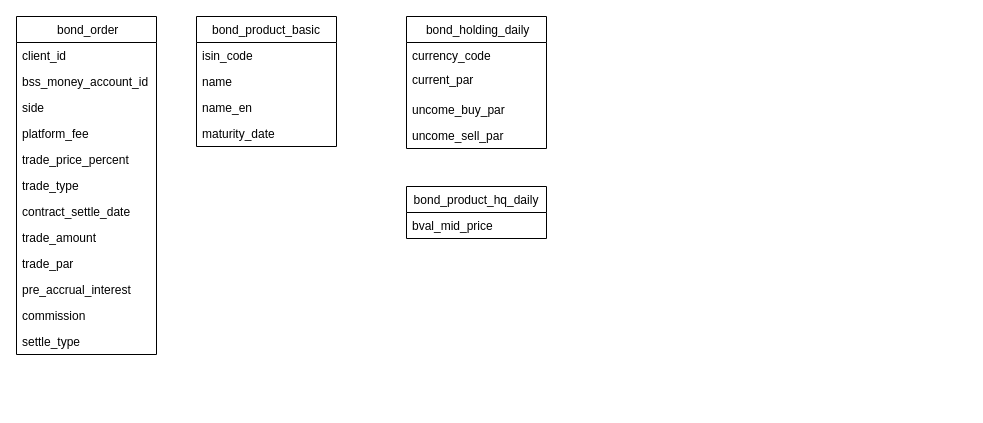
Before: statement.drawio in mhygge/java-learning, a draw.io diagram. Source tidied: cells renumbered, new cells numbered last; positions are measured from the earlier drawing's top-left corner, leaving out a move shared by most shapes. Both pictures are drawn from the tidied source at 100%, with x=0, y=0 at pixel (16, 16).
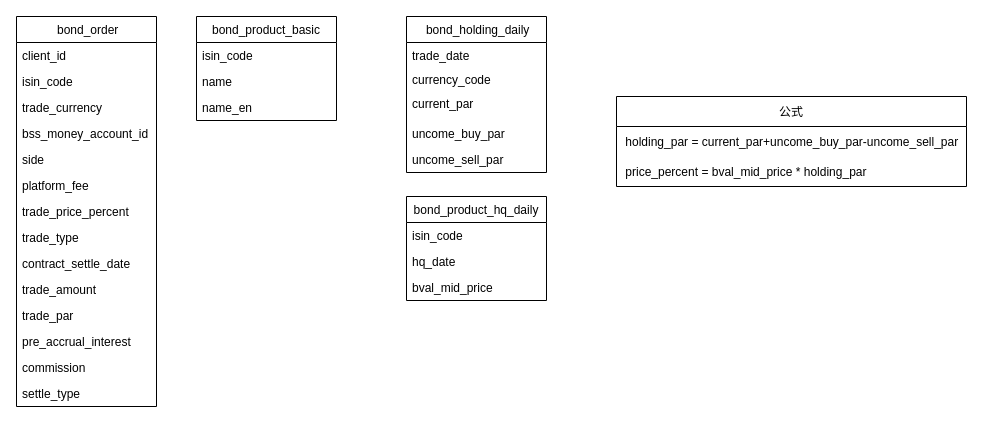
The same diagram, later.

What changed in the source:
```diff
@@
     <mxCell id="2" value=" bond_order" style="swimlane;fontStyle=0;horizontal=1;startSize=26;fillColor=none;" parent="1" vertex="1">
-      <mxGeometry width="140" height="338" as="geometry" />
+      <mxGeometry width="140" height="390" as="geometry" />
     </mxCell>
@@
+    <mxCell id="27" value="isin_code" style="text;strokeColor=none;fillColor=none;align=left;verticalAlign=top;spacingLeft=4;spacingRight=4;overflow=hidden;" parent="2" vertex="1">
+      <mxGeometry y="52" width="140" height="26" as="geometry" />
+    </mxCell>
+    <mxCell id="28" value="trade_currency&#10;" style="text;strokeColor=none;fillColor=none;align=left;verticalAlign=top;spacingLeft=4;spacingRight=4;overflow=hidden;" parent="2" vertex="1">
+      <mxGeometry y="78" width="140" height="26" as="geometry" />
+    </mxCell>
     <mxCell id="4" value="bss_money_account_id" style="text;strokeColor=none;fillColor=none;align=left;verticalAlign=top;spacingLeft=4;spacingRight=4;overflow=hidden;" parent="2" vertex="1">
-      <mxGeometry y="52" width="140" height="26" as="geometry" />
+      <mxGeometry y="104" width="140" height="26" as="geometry" />
     </mxCell>
     <mxCell id="5" value="side" style="text;strokeColor=none;fillColor=none;align=left;verticalAlign=top;spacingLeft=4;spacingRight=4;overflow=hidden;" parent="2" vertex="1">
-      <mxGeometry y="78" width="140" height="26" as="geometry" />
+      <mxGeometry y="130" width="140" height="26" as="geometry" />
     </mxCell>
     <mxCell id="6" value="platform_fee" style="text;strokeColor=none;fillColor=none;align=left;verticalAlign=top;spacingLeft=4;spacingRight=4;overflow=hidden;" parent="2" vertex="1">
-      <mxGeometry y="104" width="140" height="26" as="geometry" />
+      <mxGeometry y="156" width="140" height="26" as="geometry" />
     </mxCell>
     <mxCell id="7" value="trade_price_percent" style="text;strokeColor=none;fillColor=none;align=left;verticalAlign=top;spacingLeft=4;spacingRight=4;overflow=hidden;" parent="2" vertex="1">
-      <mxGeometry y="130" width="140" height="26" as="geometry" />
+      <mxGeometry y="182" width="140" height="26" as="geometry" />
     </mxCell>
     <mxCell id="8" value="trade_type" style="text;strokeColor=none;fillColor=none;align=left;verticalAlign=top;spacingLeft=4;spacingRight=4;overflow=hidden;" parent="2" vertex="1">
-      <mxGeometry y="156" width="140" height="26" as="geometry" />
+      <mxGeometry y="208" width="140" height="26" as="geometry" />
     </mxCell>
     <mxCell id="9" value="contract_settle_date" style="text;strokeColor=none;fillColor=none;align=left;verticalAlign=top;spacingLeft=4;spacingRight=4;overflow=hidden;" parent="2" vertex="1">
-      <mxGeometry y="182" width="140" height="26" as="geometry" />
+      <mxGeometry y="234" width="140" height="26" as="geometry" />
     </mxCell>
     <mxCell id="10" value="trade_amount" style="text;strokeColor=none;fillColor=none;align=left;verticalAlign=top;spacingLeft=4;spacingRight=4;overflow=hidden;" parent="2" vertex="1">
-      <mxGeometry y="208" width="140" height="26" as="geometry" />
+      <mxGeometry y="260" width="140" height="26" as="geometry" />
     </mxCell>
     <mxCell id="11" value="trade_par" style="text;strokeColor=none;fillColor=none;align=left;verticalAlign=top;spacingLeft=4;spacingRight=4;overflow=hidden;" parent="2" vertex="1">
-      <mxGeometry y="234" width="140" height="26" as="geometry" />
+      <mxGeometry y="286" width="140" height="26" as="geometry" />
     </mxCell>
     <mxCell id="12" value="pre_accrual_interest" style="text;strokeColor=none;fillColor=none;align=left;verticalAlign=top;spacingLeft=4;spacingRight=4;overflow=hidden;" parent="2" vertex="1">
-      <mxGeometry y="260" width="140" height="26" as="geometry" />
+      <mxGeometry y="312" width="140" height="26" as="geometry" />
     </mxCell>
     <mxCell id="13" value="commission" style="text;strokeColor=none;fillColor=none;align=left;verticalAlign=top;spacingLeft=4;spacingRight=4;overflow=hidden;" parent="2" vertex="1">
-      <mxGeometry y="286" width="140" height="26" as="geometry" />
+      <mxGeometry y="338" width="140" height="26" as="geometry" />
     </mxCell>
     <mxCell id="14" value="settle_type" style="text;strokeColor=none;fillColor=none;align=left;verticalAlign=top;spacingLeft=4;spacingRight=4;overflow=hidden;" parent="2" vertex="1">
-      <mxGeometry y="312" width="140" height="26" as="geometry" />
+      <mxGeometry y="364" width="140" height="26" as="geometry" />
     </mxCell>
     <mxCell id="15" value="bond_product_basic" style="swimlane;fontStyle=0;horizontal=1;startSize=26;fillColor=none;" parent="1" vertex="1">
-      <mxGeometry x="180" width="140" height="130" as="geometry" />
+      <mxGeometry x="180" width="140" height="104" as="geometry" />
     </mxCell>
@@
-    <mxCell id="19" value="maturity_date" style="text;strokeColor=none;fillColor=none;align=left;verticalAlign=top;spacingLeft=4;spacingRight=4;overflow=hidden;" parent="15" vertex="1">
-      <mxGeometry y="104" width="140" height="26" as="geometry" />
-    </mxCell>
     <mxCell id="20" value="bond_product_hq_daily" style="swimlane;fontStyle=0;horizontal=1;startSize=26;fillColor=none;" parent="1" vertex="1">
-      <mxGeometry x="390" y="170" width="140" height="52" as="geometry" />
+      <mxGeometry x="390" y="180" width="140" height="104" as="geometry" />
     </mxCell>
-    <mxCell id="21" value="bval_mid_price" style="text;strokeColor=none;fillColor=none;align=left;verticalAlign=top;spacingLeft=4;spacingRight=4;overflow=hidden;" parent="20" vertex="1">
+    <mxCell id="21" value="isin_code" style="text;strokeColor=none;fillColor=none;align=left;verticalAlign=top;spacingLeft=4;spacingRight=4;overflow=hidden;" parent="20" vertex="1">
       <mxGeometry y="26" width="140" height="26" as="geometry" />
     </mxCell>
+    <mxCell id="29" value="hq_date" style="text;strokeColor=none;fillColor=none;align=left;verticalAlign=top;spacingLeft=4;spacingRight=4;overflow=hidden;" parent="20" vertex="1">
+      <mxGeometry y="52" width="140" height="26" as="geometry" />
+    </mxCell>
+    <mxCell id="30" value="bval_mid_price" style="text;strokeColor=none;fillColor=none;align=left;verticalAlign=top;spacingLeft=4;spacingRight=4;overflow=hidden;" parent="20" vertex="1">
+      <mxGeometry y="78" width="140" height="26" as="geometry" />
+    </mxCell>
     <mxCell id="22" value=" bond_holding_daily" style="swimlane;fontStyle=0;horizontal=1;startSize=26;fillColor=none;" parent="1" vertex="1">
-      <mxGeometry x="390" width="140" height="132" as="geometry" />
+      <mxGeometry x="390" width="140" height="156" as="geometry" />
     </mxCell>
-    <mxCell id="23" value="currency_code" style="text;strokeColor=none;fillColor=none;align=left;verticalAlign=top;spacingLeft=4;spacingRight=4;overflow=hidden;" parent="22" vertex="1">
+    <mxCell id="23" value="trade_date" style="text;strokeColor=none;fillColor=none;align=left;verticalAlign=top;spacingLeft=4;spacingRight=4;overflow=hidden;" parent="22" vertex="1">
       <mxGeometry y="26" width="140" height="24" as="geometry" />
     </mxCell>
+    <mxCell id="31" value="currency_code" style="text;strokeColor=none;fillColor=none;align=left;verticalAlign=top;spacingLeft=4;spacingRight=4;overflow=hidden;" parent="22" vertex="1">
+      <mxGeometry y="50" width="140" height="24" as="geometry" />
+    </mxCell>
     <mxCell id="24" value="current_par" style="text;strokeColor=none;fillColor=none;align=left;verticalAlign=top;spacingLeft=4;spacingRight=4;overflow=hidden;" parent="22" vertex="1">
-      <mxGeometry y="50" width="140" height="30" as="geometry" />
+      <mxGeometry y="74" width="140" height="30" as="geometry" />
     </mxCell>
     <mxCell id="25" value="uncome_buy_par" style="text;strokeColor=none;fillColor=none;align=left;verticalAlign=top;spacingLeft=4;spacingRight=4;overflow=hidden;" parent="22" vertex="1">
-      <mxGeometry y="80" width="140" height="26" as="geometry" />
+      <mxGeometry y="104" width="140" height="26" as="geometry" />
     </mxCell>
     <mxCell id="26" value="uncome_sell_par" style="text;strokeColor=none;fillColor=none;align=left;verticalAlign=top;spacingLeft=4;spacingRight=4;overflow=hidden;" parent="22" vertex="1">
-      <mxGeometry y="106" width="140" height="26" as="geometry" />
+      <mxGeometry y="130" width="140" height="26" as="geometry" />
     </mxCell>
+    <mxCell id="32" value="公式" style="swimlane;fontStyle=0;horizontal=1;startSize=30;" parent="1" vertex="1">
+      <mxGeometry x="600" y="80" width="350" height="90" as="geometry" />
+    </mxCell>
+    <mxCell id="33" value=" holding_par = current_par+uncome_buy_par-uncome_sell_par" style="text;strokeColor=none;fillColor=none;align=left;verticalAlign=middle;spacingLeft=4;spacingRight=4;overflow=hidden;" parent="32" vertex="1">
+      <mxGeometry y="30" width="350" height="30" as="geometry" />
+    </mxCell>
+    <mxCell id="34" value=" price_percent = bval_mid_price * holding_par" style="text;strokeColor=none;fillColor=none;align=left;verticalAlign=middle;spacingLeft=4;spacingRight=4;overflow=hidden;" parent="32" vertex="1">
+      <mxGeometry y="60" width="350" height="30" as="geometry" />
+    </mxCell>
```
